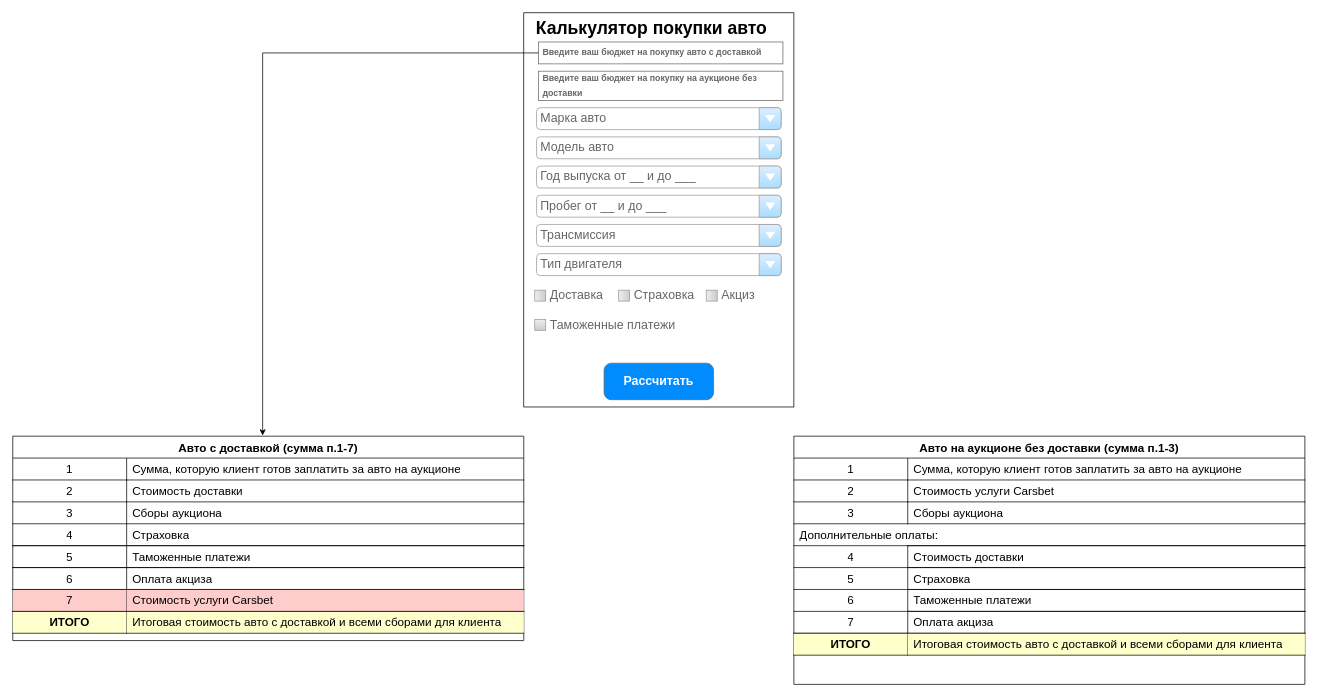
Above: Untitled Diagram.drawio in SparklerSoft/Test_repository (draw.io), before the change. Source tidied: cells renumbered, new cells numbered last; positions are measured from the earlier drawing's top-left corner, leaving out a move shared by most shapes. Both pictures are drawn from the tidied source at 73%, with x=0, y=0 at pixel (12, 12).
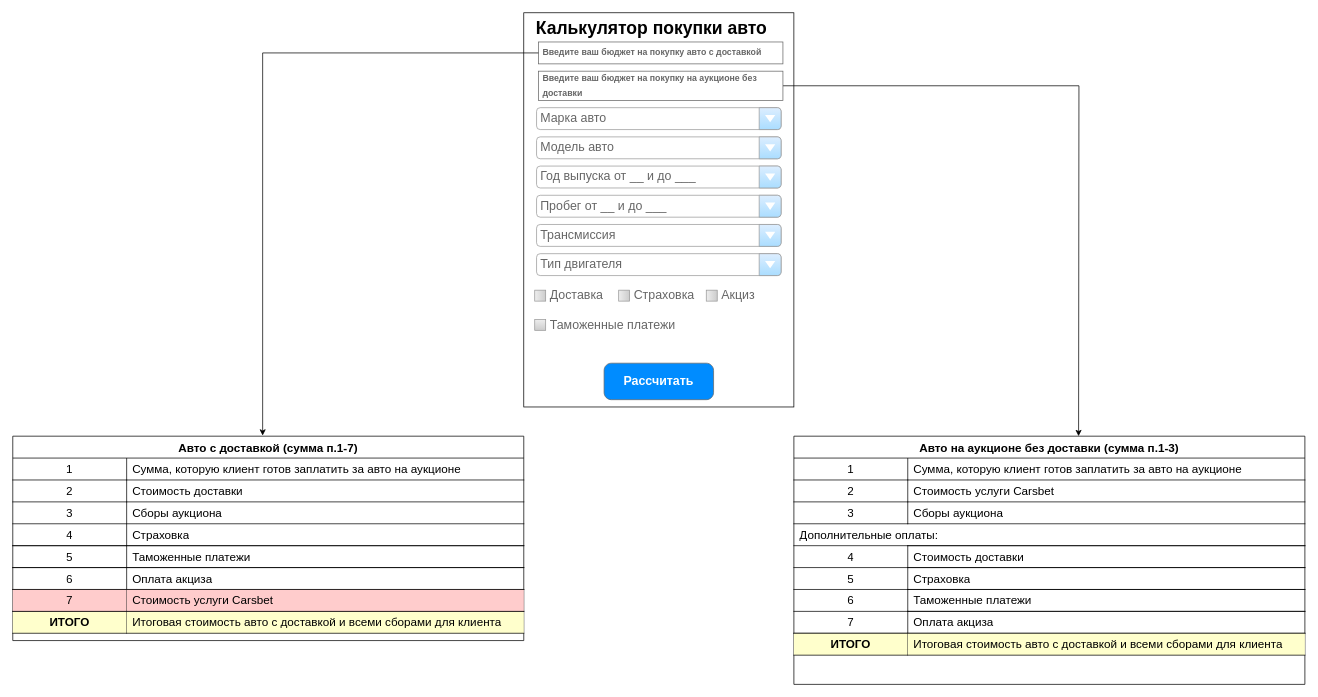
The same page after the edit.

Unchanged cells that the change refers to:
```xml
<mxCell id="5" value="&lt;font style=&quot;font-size: 12px;&quot;&gt;Введите ваш бюджет на покупку на аукционе без доставки&lt;/font&gt;" style="strokeWidth=1;shadow=0;dashed=0;align=center;html=1;shape=mxgraph.mockup.text.textBox;fontColor=#666666;align=left;fontSize=17;spacingLeft=4;spacingTop=-3;whiteSpace=wrap;strokeColor=#666666;mainText=;fontStyle=1;" parent="1" vertex="1">
  <mxGeometry x="720" y="80" width="335" height="40" as="geometry" />
</mxCell>
```

Change to the diagram source:
```diff
@@
+    <mxCell id="59" style="edgeStyle=orthogonalEdgeStyle;rounded=0;jettySize=auto;html=1;" parent="1" edge="1" source="5">
+      <mxGeometry relative="1" as="geometry">
+        <mxPoint x="1460" y="580" as="targetPoint" />
+      </mxGeometry>
+    </mxCell>
```
